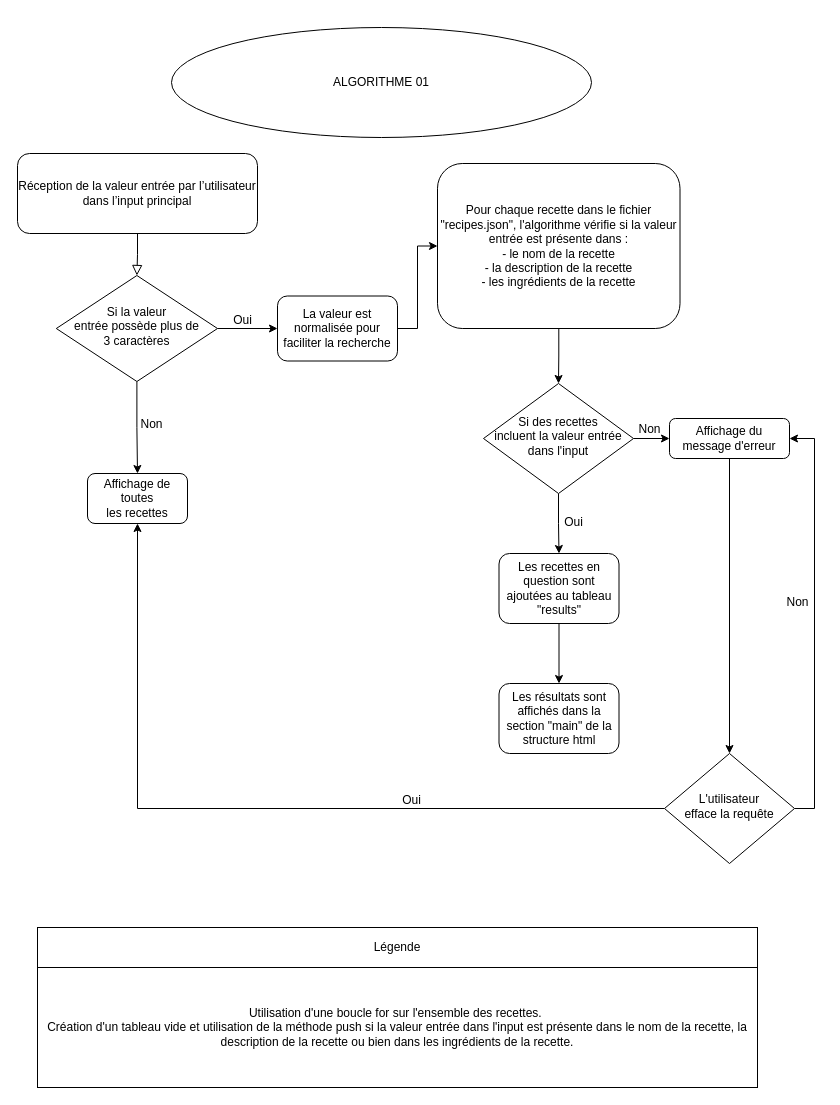
The draw.io diagram page "Page-1" (1 of 3) of LesPetitsPlats_Algos.drawio in Adv13/LesPetitsPlats-Website, before the edit. Source tidied: cells renumbered, new cells numbered last; positions are measured from the earlier drawing's top-left corner, leaving out a move shared by most shapes. Both pictures are drawn from the tidied source at 100%, with x=0, y=0 at pixel (17, 27).
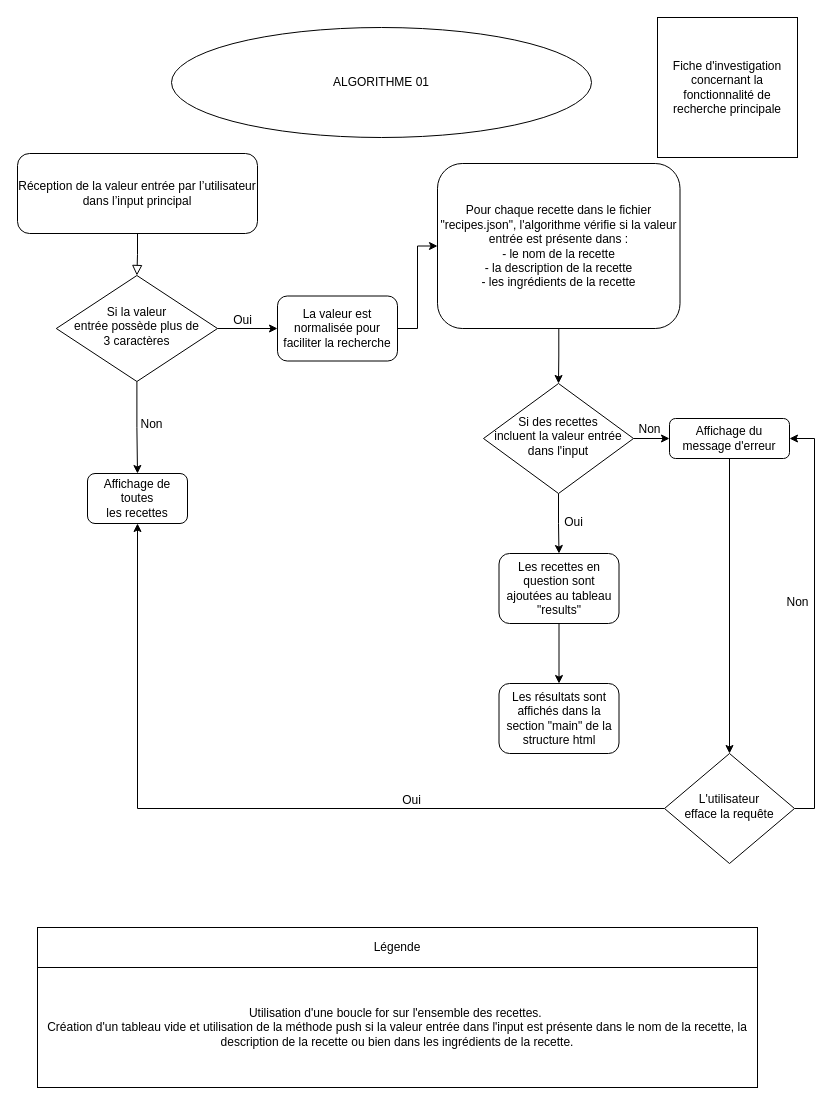
The same page after the edit.

Change to the diagram source:
```diff
@@
+    <mxCell id="32" value="Fiche d'investigation concernant la fonctionnalité de recherche principale" style="whiteSpace=wrap;html=1;" parent="1" vertex="1">
+      <mxGeometry x="640" y="-10" width="140" height="140" as="geometry" />
+    </mxCell>
```
